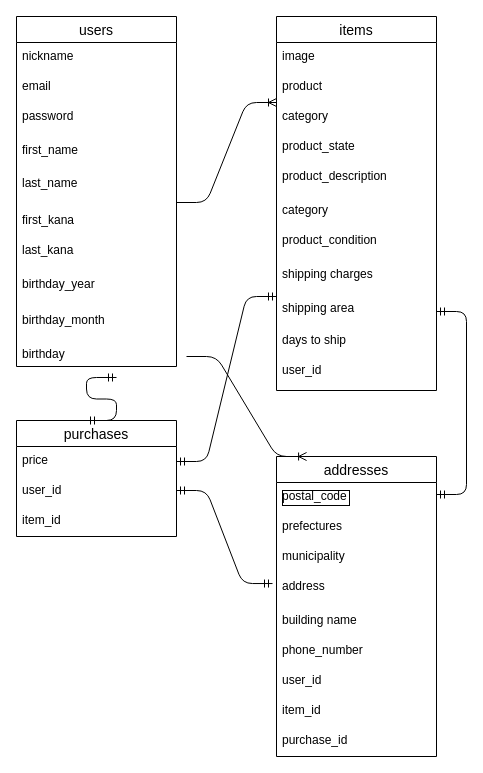
Above: er_furima.dio in Masaki-Ohtaka/furima-34335 (draw.io), before the change. Source tidied: cells renumbered, new cells numbered last; positions are measured from the earlier drawing's top-left corner, leaving out a move shared by most shapes. Both pictures are drawn from the tidied source at 100%, with x=0, y=0 at pixel (16, 16).
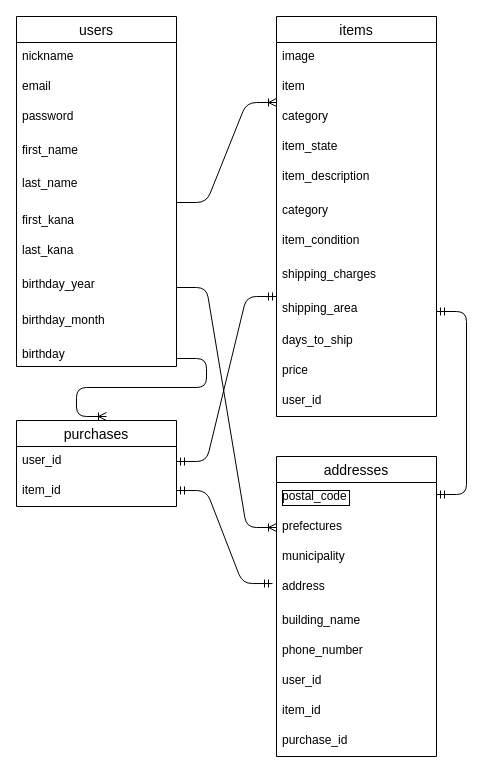
The same page after the edit.

Commit message (it also covers changes not shown here):
README制作とER図修正

Unchanged cells that the change refers to:
```xml
<mxCell id="10" value="birthday_year" style="text;strokeColor=none;fillColor=none;spacingLeft=4;spacingRight=4;overflow=hidden;points=[[0,0.5],[1,0.5]];portConstraint=eastwest;fontSize=12;" parent="1" vertex="1">
  <mxGeometry y="254" width="160" height="34" as="geometry" />
</mxCell>
<mxCell id="21" value="addresses" style="swimlane;fontStyle=0;horizontal=1;startSize=26;align=center;fontSize=14;" parent="1" vertex="1">
  <mxGeometry x="260" y="440" width="160" height="300" as="geometry" />
</mxCell>
<mxCell id="23" value="prefectures" style="text;strokeColor=none;fillColor=none;spacingLeft=4;spacingRight=4;overflow=hidden;points=[[0,0.5],[1,0.5]];portConstraint=eastwest;fontSize=12;" parent="21" vertex="1">
  <mxGeometry y="56" width="160" height="30" as="geometry" />
</mxCell>
```

The edit, as a diff of the source:
```diff
@@
     <mxCell id="12" value="birthday" style="text;strokeColor=none;fillColor=none;spacingLeft=4;spacingRight=4;overflow=hidden;points=[[0,0.5],[1,0.5]];portConstraint=eastwest;fontSize=12;" parent="1" vertex="1">
-      <mxGeometry y="324" width="160" height="34" as="geometry" />
+      <mxGeometry y="324" width="160" height="36" as="geometry" />
     </mxCell>
     <mxCell id="13" value="items" style="swimlane;fontStyle=0;horizontal=1;startSize=26;align=center;fontSize=14;" parent="1" vertex="1">
-      <mxGeometry x="260" width="160" height="374" as="geometry" />
+      <mxGeometry x="260" width="160" height="400" as="geometry" />
     </mxCell>
@@
-    <mxCell id="15" value="product" style="text;strokeColor=none;fillColor=none;spacingLeft=4;spacingRight=4;overflow=hidden;fontSize=12;" parent="13" vertex="1">
+    <mxCell id="15" value="item" style="text;strokeColor=none;fillColor=none;spacingLeft=4;spacingRight=4;overflow=hidden;fontSize=12;" parent="13" vertex="1">
       <mxGeometry y="56" width="160" height="30" as="geometry" />
     </mxCell>
@@
-    <mxCell id="17" value="product_state" style="text;strokeColor=none;fillColor=none;spacingLeft=4;spacingRight=4;overflow=hidden;fontSize=12;" parent="13" vertex="1">
+    <mxCell id="17" value="item_state" style="text;strokeColor=none;fillColor=none;spacingLeft=4;spacingRight=4;overflow=hidden;fontSize=12;" parent="13" vertex="1">
       <mxGeometry y="116" width="160" height="30" as="geometry" />
     </mxCell>
-    <mxCell id="18" value="product_description" style="text;strokeColor=none;fillColor=none;spacingLeft=4;spacingRight=4;overflow=hidden;fontSize=12;" parent="13" vertex="1">
+    <mxCell id="18" value="item_description" style="text;strokeColor=none;fillColor=none;spacingLeft=4;spacingRight=4;overflow=hidden;fontSize=12;" parent="13" vertex="1">
       <mxGeometry y="146" width="160" height="194" as="geometry" />
     </mxCell>
-    <mxCell id="19" value="user_id" style="text;strokeColor=none;fillColor=none;spacingLeft=4;spacingRight=4;overflow=hidden;fontSize=12;" parent="13" vertex="1">
-      <mxGeometry y="340" width="160" height="34" as="geometry" />
+    <mxCell id="19" value="price" style="text;strokeColor=none;fillColor=none;spacingLeft=4;spacingRight=4;overflow=hidden;fontSize=12;" parent="13" vertex="1">
+      <mxGeometry y="340" width="160" height="60" as="geometry" />
     </mxCell>
@@
-    <mxCell id="26" value="building name" style="text;strokeColor=none;fillColor=none;spacingLeft=4;spacingRight=4;overflow=hidden;fontSize=12;" parent="1" vertex="1">
+    <mxCell id="26" value="building_name" style="text;strokeColor=none;fillColor=none;spacingLeft=4;spacingRight=4;overflow=hidden;fontSize=12;" parent="1" vertex="1">
       <mxGeometry x="260" y="590" width="160" height="30" as="geometry" />
     </mxCell>
@@
     <mxCell id="28" value="purchases" style="swimlane;fontStyle=0;horizontal=1;startSize=26;align=center;fontSize=14;" parent="1" vertex="1">
-      <mxGeometry y="404" width="160" height="116" as="geometry" />
+      <mxGeometry y="404" width="160" height="86" as="geometry" />
     </mxCell>
-    <mxCell id="29" value="price" style="text;strokeColor=none;fillColor=none;spacingLeft=4;spacingRight=4;overflow=hidden;points=[[0,0.5],[1,0.5]];portConstraint=eastwest;fontSize=12;" parent="28" vertex="1">
+    <mxCell id="29" value="user_id" style="text;strokeColor=none;fillColor=none;spacingLeft=4;spacingRight=4;overflow=hidden;points=[[0,0.5],[1,0.5]];portConstraint=eastwest;fontSize=12;" parent="28" vertex="1">
       <mxGeometry y="26" width="160" height="30" as="geometry" />
     </mxCell>
-    <mxCell id="30" value="user_id" style="text;strokeColor=none;fillColor=none;spacingLeft=4;spacingRight=4;overflow=hidden;fontSize=12;" parent="28" vertex="1">
+    <mxCell id="30" value="item_id" style="text;strokeColor=none;fillColor=none;spacingLeft=4;spacingRight=4;overflow=hidden;fontSize=12;" parent="28" vertex="1">
       <mxGeometry y="56" width="160" height="30" as="geometry" />
     </mxCell>
-    <mxCell id="31" value="item_id" style="text;strokeColor=none;fillColor=none;spacingLeft=4;spacingRight=4;overflow=hidden;fontSize=12;" parent="28" vertex="1">
-      <mxGeometry y="86" width="160" height="30" as="geometry" />
-    </mxCell>
@@
-    <mxCell id="33" value="product_condition" style="text;strokeColor=none;fillColor=none;spacingLeft=4;spacingRight=4;overflow=hidden;fontSize=12;" parent="1" vertex="1">
+    <mxCell id="33" value="item_condition" style="text;strokeColor=none;fillColor=none;spacingLeft=4;spacingRight=4;overflow=hidden;fontSize=12;" parent="1" vertex="1">
       <mxGeometry x="260" y="210" width="160" height="34" as="geometry" />
     </mxCell>
-    <mxCell id="34" value="shipping charges" style="text;strokeColor=none;fillColor=none;spacingLeft=4;spacingRight=4;overflow=hidden;fontSize=12;" parent="1" vertex="1">
+    <mxCell id="34" value="shipping_charges" style="text;strokeColor=none;fillColor=none;spacingLeft=4;spacingRight=4;overflow=hidden;fontSize=12;" parent="1" vertex="1">
       <mxGeometry x="260" y="244" width="160" height="34" as="geometry" />
     </mxCell>
-    <mxCell id="35" value="shipping area" style="text;strokeColor=none;fillColor=none;spacingLeft=4;spacingRight=4;overflow=hidden;points=[[0,0.5],[1,0.5]];portConstraint=eastwest;fontSize=12;" parent="1" vertex="1">
+    <mxCell id="35" value="shipping_area" style="text;strokeColor=none;fillColor=none;spacingLeft=4;spacingRight=4;overflow=hidden;points=[[0,0.5],[1,0.5]];portConstraint=eastwest;fontSize=12;" parent="1" vertex="1">
       <mxGeometry x="260" y="278" width="160" height="34" as="geometry" />
     </mxCell>
-    <mxCell id="36" value="days to ship" style="text;strokeColor=none;fillColor=none;spacingLeft=4;spacingRight=4;overflow=hidden;fontSize=12;" parent="1" vertex="1">
+    <mxCell id="36" value="days_to_ship" style="text;strokeColor=none;fillColor=none;spacingLeft=4;spacingRight=4;overflow=hidden;fontSize=12;" parent="1" vertex="1">
       <mxGeometry x="260" y="310" width="160" height="34" as="geometry" />
     </mxCell>
@@
-    <mxCell id="41" style="edgeStyle=entityRelationEdgeStyle;fontSize=12;html=1;endArrow=ERoneToMany;entryX=0.188;entryY=0;entryDx=0;entryDy=0;entryPerimeter=0;" parent="1" edge="1" target="21">
-      <mxGeometry relative="1" as="geometry">
-        <mxPoint x="170" y="340" as="sourcePoint" />
-      </mxGeometry>
-    </mxCell>
@@
-    <mxCell id="43" style="edgeStyle=entityRelationEdgeStyle;fontSize=12;html=1;endArrow=ERmandOne;startArrow=ERmandOne;entryX=0.625;entryY=1.088;entryDx=0;entryDy=0;entryPerimeter=0;" parent="1" edge="1" target="12">
-      <mxGeometry relative="1" as="geometry">
-        <mxPoint x="70" y="404" as="sourcePoint" />
-      </mxGeometry>
-    </mxCell>
@@
+    <mxCell id="45" value="user_id" style="text;strokeColor=none;fillColor=none;spacingLeft=4;spacingRight=4;overflow=hidden;fontSize=12;" parent="1" vertex="1">
+      <mxGeometry x="260" y="370" width="160" height="34" as="geometry" />
+    </mxCell>
+    <mxCell id="46" style="edgeStyle=entityRelationEdgeStyle;fontSize=12;html=1;endArrow=ERoneToMany;" parent="1" edge="1" source="12">
+      <mxGeometry relative="1" as="geometry">
+        <mxPoint x="90" y="400" as="targetPoint" />
+      </mxGeometry>
+    </mxCell>
+    <mxCell id="47" style="edgeStyle=entityRelationEdgeStyle;fontSize=12;html=1;endArrow=ERoneToMany;exitX=1;exitY=0.5;exitDx=0;exitDy=0;entryX=0;entryY=0.5;entryDx=0;entryDy=0;" parent="1" edge="1" source="10" target="23">
+      <mxGeometry relative="1" as="geometry" />
+    </mxCell>
```
